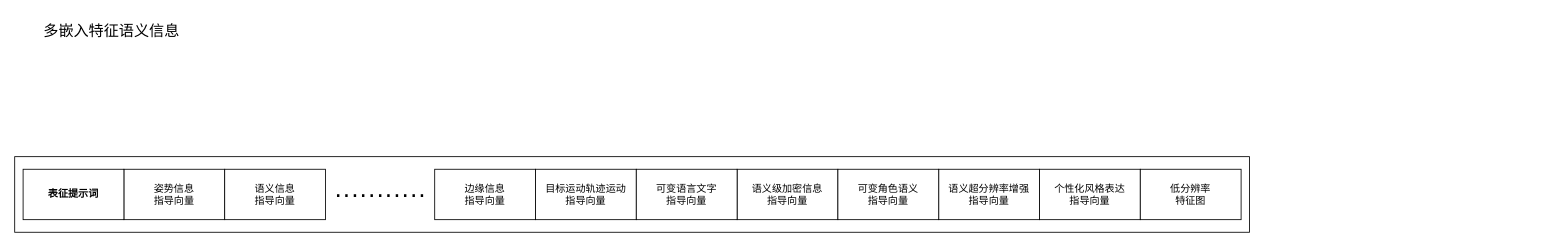
hrf666666/FlowCharts keeps this draw.io diagram as 多嵌入特征语义信息.drawio. Above is the earlier version. Source tidied: cells renumbered, new cells numbered last; positions are measured from the earlier drawing's top-left corner, leaving out a move shared by most shapes. Both pictures are drawn from the tidied source at 84%, with x=0, y=0 at pixel (14, 14).
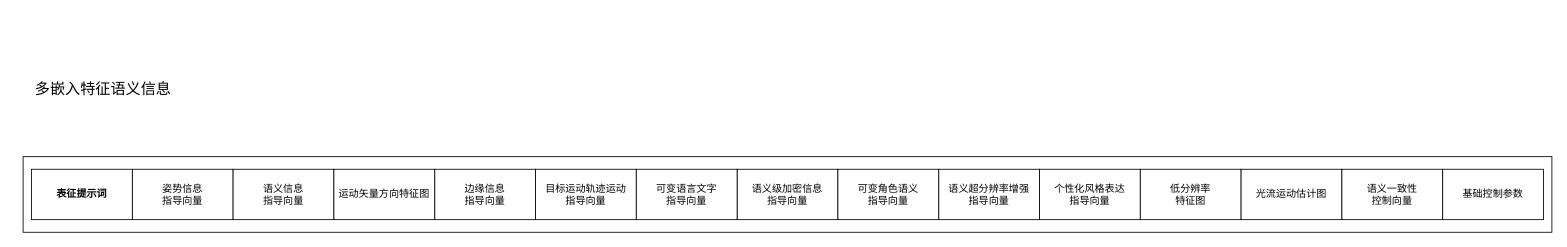
Above is the later version.

Commit message:
更新多嵌入特征语义信息.drawio

What changed in the source:
```diff
@@
 <mxGraphModel>
   <root>
     <mxCell id="0" />
     <mxCell id="1" parent="0" />
     <mxCell id="2" style="rounded=0;whiteSpace=wrap;html=1;" parent="1" vertex="1">
-      <mxGeometry y="169" width="1470" height="90" as="geometry" />
+      <mxGeometry x="10" y="169" width="1820" height="90" as="geometry" />
     </mxCell>
     <mxCell id="3" value="姿势信息&lt;div&gt;指导向量&lt;/div&gt;" style="rounded=0;whiteSpace=wrap;html=1;" parent="1" vertex="1">
-      <mxGeometry x="130" y="184" width="120" height="60" as="geometry" />
+      <mxGeometry x="140" y="184" width="120" height="60" as="geometry" />
     </mxCell>
     <mxCell id="4" value="语义信息&lt;div&gt;指导向量&lt;/div&gt;" style="rounded=0;whiteSpace=wrap;html=1;" parent="1" vertex="1">
-      <mxGeometry x="250" y="184" width="120" height="60" as="geometry" />
+      <mxGeometry x="260" y="184" width="120" height="60" as="geometry" />
     </mxCell>
     <mxCell id="5" value="边缘信息&lt;div&gt;指导向量&lt;/div&gt;" style="rounded=0;whiteSpace=wrap;html=1;" parent="1" vertex="1">
       <mxGeometry x="500" y="184" width="120" height="60" as="geometry" />
     </mxCell>
     <mxCell id="6" value="&lt;b&gt;表征提示词&lt;/b&gt;" style="rounded=0;whiteSpace=wrap;html=1;" parent="1" vertex="1">
-      <mxGeometry x="10" y="184" width="120" height="60" as="geometry" />
+      <mxGeometry x="20" y="184" width="120" height="60" as="geometry" />
     </mxCell>
-    <mxCell id="7" value="&lt;font style=&quot;font-size: 30px;&quot;&gt;···········&lt;/font&gt;" style="text;html=1;align=center;verticalAlign=middle;strokeColor=none;fillColor=none;" parent="1" vertex="1">
-      <mxGeometry x="370" y="189" width="130" height="50" as="geometry" />
-    </mxCell>
     <mxCell id="8" value="目标运动轨迹运动&lt;div&gt;指导向量&lt;/div&gt;" style="rounded=0;whiteSpace=wrap;html=1;" parent="1" vertex="1">
       <mxGeometry x="620" y="184" width="120" height="60" as="geometry" />
     </mxCell>
     <mxCell id="9" value="语义级加密信息&lt;div&gt;指导向量&lt;/div&gt;" style="rounded=0;whiteSpace=wrap;html=1;" parent="1" vertex="1">
       <mxGeometry x="860" y="184" width="120" height="60" as="geometry" />
     </mxCell>
     <mxCell id="10" value="语义超分辨率增强&lt;div&gt;指导向量&lt;/div&gt;" style="rounded=0;whiteSpace=wrap;html=1;" parent="1" vertex="1">
       <mxGeometry x="1100" y="184" width="120" height="60" as="geometry" />
     </mxCell>
     <mxCell id="11" value="可变语言文字&lt;div&gt;指导向量&lt;/div&gt;" style="rounded=0;whiteSpace=wrap;html=1;" parent="1" vertex="1">
       <mxGeometry x="740" y="184" width="120" height="60" as="geometry" />
     </mxCell>
     <mxCell id="12" value="&lt;div&gt;可变角色语义&lt;/div&gt;&lt;div&gt;指导向量&lt;/div&gt;" style="rounded=0;whiteSpace=wrap;html=1;" parent="1" vertex="1">
       <mxGeometry x="980" y="184" width="120" height="60" as="geometry" />
     </mxCell>
     <mxCell id="13" value="&lt;div&gt;个性化风格表达&lt;/div&gt;&lt;div&gt;指导向量&lt;/div&gt;" style="rounded=0;whiteSpace=wrap;html=1;" parent="1" vertex="1">
       <mxGeometry x="1220" y="184" width="120" height="60" as="geometry" />
     </mxCell>
     <mxCell id="14" value="&lt;div&gt;低分辨率&lt;/div&gt;&lt;div&gt;特征图&lt;/div&gt;" style="rounded=0;whiteSpace=wrap;html=1;" parent="1" vertex="1">
       <mxGeometry x="1340" y="184" width="120" height="60" as="geometry" />
     </mxCell>
     <mxCell id="15" value="&lt;font style=&quot;font-size: 18px;&quot;&gt;多嵌入特征语义信息&lt;/font&gt;" style="text;html=1;align=center;verticalAlign=middle;strokeColor=none;fillColor=none;" parent="1" vertex="1">
-      <mxGeometry x="20" width="190" height="40" as="geometry" />
+      <mxGeometry x="10" y="69" width="190" height="40" as="geometry" />
     </mxCell>
+    <mxCell id="16" value="运动矢量方向特征图" style="rounded=0;whiteSpace=wrap;html=1;" parent="1" vertex="1">
+      <mxGeometry x="380" y="184" width="120" height="60" as="geometry" />
+    </mxCell>
+    <mxCell id="17" value="&lt;div&gt;光流运动估计图&lt;/div&gt;" style="rounded=0;whiteSpace=wrap;html=1;" parent="1" vertex="1">
+      <mxGeometry x="1460" y="184" width="120" height="60" as="geometry" />
+    </mxCell>
+    <mxCell id="18" value="&lt;div&gt;语义一致性&lt;/div&gt;&lt;div&gt;控制向量&lt;/div&gt;" style="rounded=0;whiteSpace=wrap;html=1;" parent="1" vertex="1">
+      <mxGeometry x="1580" y="184" width="120" height="60" as="geometry" />
+    </mxCell>
+    <mxCell id="19" value="&lt;div&gt;基础控制参数&lt;/div&gt;" style="rounded=0;whiteSpace=wrap;html=1;" parent="1" vertex="1">
+      <mxGeometry x="1700" y="184" width="120" height="60" as="geometry" />
+    </mxCell>
   </root>
 </mxGraphModel>
```
